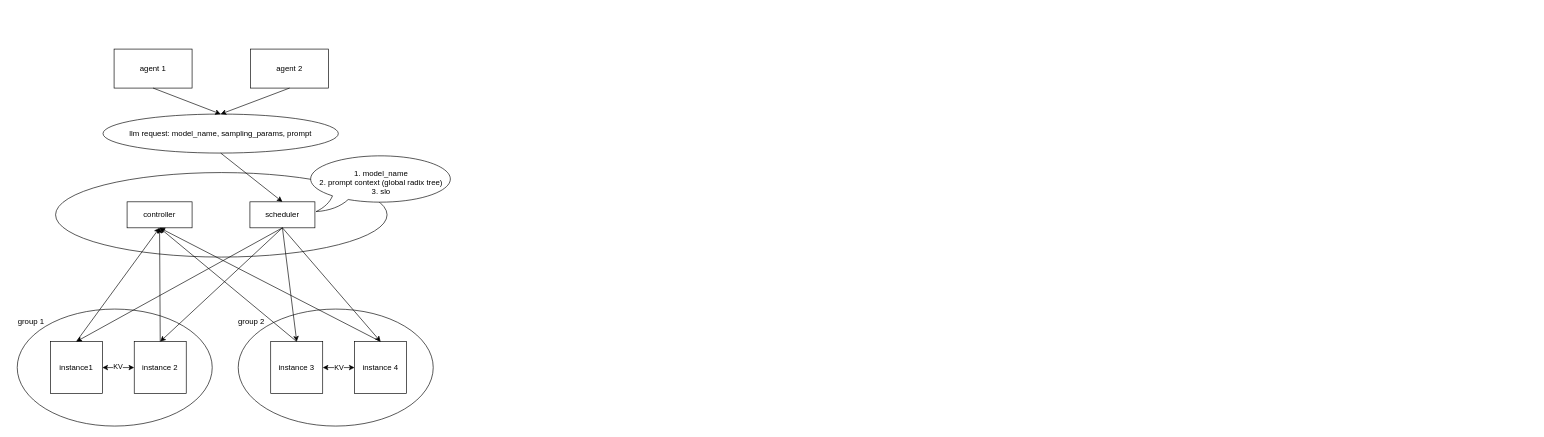
This is page "multi-agent-system" (3 of 3) of Drawio/multi-agent.drawio from Extious/UML, a draw.io file, before an edit. Source tidied: cells renumbered, new cells numbered last; positions are measured from the earlier drawing's top-left corner, leaving out a move shared by most shapes. Both pictures are drawn from the tidied source at 65%, with x=0, y=0 at pixel (11, 49).
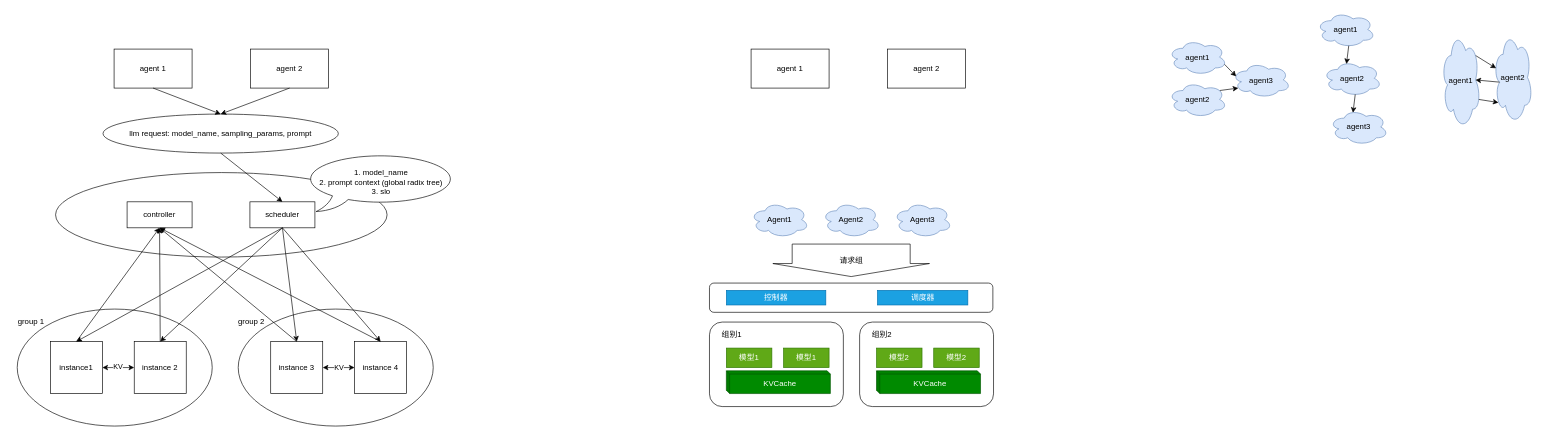
The same page after the edit.

Diff of the diagram source:
```diff
@@
+    <mxCell id="32" style="rounded=1;whiteSpace=wrap;html=1;" parent="1" vertex="1">
+      <mxGeometry x="1074" y="360" width="436" height="45" as="geometry" />
+    </mxCell>
+    <mxCell id="33" style="rounded=1;whiteSpace=wrap;html=1;" parent="1" vertex="1">
+      <mxGeometry x="1074" y="420" width="206" height="130" as="geometry" />
+    </mxCell>
@@
+    <mxCell id="34" value="agent 1" style="rounded=0;whiteSpace=wrap;html=1;" parent="1" vertex="1">
+      <mxGeometry x="1138" width="120" height="60" as="geometry" />
+    </mxCell>
+    <mxCell id="35" value="agent 2" style="rounded=0;whiteSpace=wrap;html=1;" parent="1" vertex="1">
+      <mxGeometry x="1348" width="120" height="60" as="geometry" />
+    </mxCell>
+    <mxCell id="36" value="控制器" style="rounded=0;whiteSpace=wrap;html=1;fillColor=#1ba1e2;fontColor=#ffffff;strokeColor=#006EAF;" parent="1" vertex="1">
+      <mxGeometry x="1100" y="371.2" width="153" height="22.5" as="geometry" />
+    </mxCell>
+    <mxCell id="37" value="调度器" style="rounded=0;whiteSpace=wrap;html=1;fillColor=#1ba1e2;fontColor=#ffffff;strokeColor=#006EAF;" parent="1" vertex="1">
+      <mxGeometry x="1332.5" y="371.2" width="139" height="22.5" as="geometry" />
+    </mxCell>
+    <mxCell id="38" value="模型1" style="rounded=0;whiteSpace=wrap;html=1;fillColor=#60a917;fontColor=#ffffff;strokeColor=#2D7600;" parent="1" vertex="1">
+      <mxGeometry x="1100" y="460" width="70" height="30" as="geometry" />
+    </mxCell>
+    <mxCell id="39" value="模型1" style="rounded=0;whiteSpace=wrap;html=1;fillColor=#60a917;fontColor=#ffffff;strokeColor=#2D7600;" parent="1" vertex="1">
+      <mxGeometry x="1188" y="460" width="70" height="30" as="geometry" />
+    </mxCell>
+    <mxCell id="40" value="KVCache" style="shape=cube;whiteSpace=wrap;html=1;boundedLbl=1;backgroundOutline=1;darkOpacity=0.05;darkOpacity2=0.1;size=5;fillColor=#008a00;fontColor=#ffffff;strokeColor=#005700;" parent="1" vertex="1">
+      <mxGeometry x="1100" y="495" width="160" height="35" as="geometry" />
+    </mxCell>
+    <mxCell id="41" value="组别1" style="text;html=1;align=center;verticalAlign=middle;strokeColor=none;fillColor=none;" parent="1" vertex="1">
+      <mxGeometry x="1083" y="425" width="50" height="30" as="geometry" />
+    </mxCell>
+    <mxCell id="42" style="rounded=1;whiteSpace=wrap;html=1;" parent="1" vertex="1">
+      <mxGeometry x="1305" y="420" width="206" height="130" as="geometry" />
+    </mxCell>
+    <mxCell id="43" value="模型2" style="rounded=0;whiteSpace=wrap;html=1;fillColor=#60a917;fontColor=#ffffff;strokeColor=#2D7600;" parent="1" vertex="1">
+      <mxGeometry x="1331" y="460" width="70" height="30" as="geometry" />
+    </mxCell>
+    <mxCell id="44" value="模型2" style="rounded=0;whiteSpace=wrap;html=1;fillColor=#60a917;fontColor=#ffffff;strokeColor=#2D7600;" parent="1" vertex="1">
+      <mxGeometry x="1419" y="460" width="70" height="30" as="geometry" />
+    </mxCell>
+    <mxCell id="45" value="KVCache" style="shape=cube;whiteSpace=wrap;html=1;boundedLbl=1;backgroundOutline=1;darkOpacity=0.05;darkOpacity2=0.1;size=5;fillColor=#008a00;fontColor=#ffffff;strokeColor=#005700;" parent="1" vertex="1">
+      <mxGeometry x="1331" y="495" width="160" height="35" as="geometry" />
+    </mxCell>
+    <mxCell id="46" value="组别2" style="text;html=1;align=center;verticalAlign=middle;strokeColor=none;fillColor=none;" parent="1" vertex="1">
+      <mxGeometry x="1314" y="425" width="50" height="30" as="geometry" />
+    </mxCell>
+    <mxCell id="47" value="Agent1" style="ellipse;shape=cloud;whiteSpace=wrap;html=1;fillColor=#dae8fc;strokeColor=#6c8ebf;" parent="1" vertex="1">
+      <mxGeometry x="1137" y="235" width="90" height="55" as="geometry" />
+    </mxCell>
+    <mxCell id="48" value="Agent&lt;span style=&quot;background-color: transparent;&quot;&gt;2&lt;/span&gt;" style="ellipse;shape=cloud;whiteSpace=wrap;html=1;fillColor=#dae8fc;strokeColor=#6c8ebf;" parent="1" vertex="1">
+      <mxGeometry x="1247" y="235" width="90" height="55" as="geometry" />
+    </mxCell>
+    <mxCell id="49" value="Agent3" style="ellipse;shape=cloud;whiteSpace=wrap;html=1;fillColor=#dae8fc;strokeColor=#6c8ebf;" parent="1" vertex="1">
+      <mxGeometry x="1357" y="235" width="90" height="55" as="geometry" />
+    </mxCell>
+    <mxCell id="50" value="请求组" style="shape=singleArrow;direction=south;whiteSpace=wrap;html=1;arrowWidth=0.7532480215097415;arrowSize=0.40119040352957713;" parent="1" vertex="1">
+      <mxGeometry x="1171.5" y="300" width="241" height="50" as="geometry" />
+    </mxCell>
+    <mxCell id="51" value="agent1" style="ellipse;shape=cloud;whiteSpace=wrap;html=1;fillColor=#dae8fc;strokeColor=#6c8ebf;" parent="1" vertex="1">
+      <mxGeometry x="1780" y="-15" width="90" height="55" as="geometry" />
+    </mxCell>
+    <mxCell id="52" value="agent2" style="ellipse;shape=cloud;whiteSpace=wrap;html=1;fillColor=#dae8fc;strokeColor=#6c8ebf;" parent="1" vertex="1">
+      <mxGeometry x="1780" y="50" width="90" height="55" as="geometry" />
+    </mxCell>
+    <mxCell id="53" value="agent3" style="ellipse;shape=cloud;whiteSpace=wrap;html=1;fillColor=#dae8fc;strokeColor=#6c8ebf;" parent="1" vertex="1">
+      <mxGeometry x="1878" y="20" width="90" height="55" as="geometry" />
+    </mxCell>
+    <mxCell id="54" style="edgeStyle=none;html=1;exitX=0.96;exitY=0.7;exitDx=0;exitDy=0;exitPerimeter=0;entryX=0.07;entryY=0.4;entryDx=0;entryDy=0;entryPerimeter=0;" parent="1" edge="1" source="51" target="53">
+      <mxGeometry relative="1" as="geometry" />
+    </mxCell>
+    <mxCell id="55" style="edgeStyle=none;html=1;exitX=0.88;exitY=0.25;exitDx=0;exitDy=0;exitPerimeter=0;entryX=0.107;entryY=0.727;entryDx=0;entryDy=0;entryPerimeter=0;" parent="1" edge="1" source="52" target="53">
+      <mxGeometry relative="1" as="geometry" />
+    </mxCell>
+    <mxCell id="56" value="agent1" style="ellipse;shape=cloud;whiteSpace=wrap;html=1;fillColor=#dae8fc;strokeColor=#6c8ebf;" parent="1" vertex="1">
+      <mxGeometry x="2008" y="-57.5" width="90" height="55" as="geometry" />
+    </mxCell>
+    <mxCell id="57" value="agent2" style="ellipse;shape=cloud;whiteSpace=wrap;html=1;fillColor=#dae8fc;strokeColor=#6c8ebf;" parent="1" vertex="1">
+      <mxGeometry x="2018" y="17.5" width="90" height="55" as="geometry" />
+    </mxCell>
+    <mxCell id="58" value="agent3" style="ellipse;shape=cloud;whiteSpace=wrap;html=1;fillColor=#dae8fc;strokeColor=#6c8ebf;" parent="1" vertex="1">
+      <mxGeometry x="2028" y="92.5" width="90" height="55" as="geometry" />
+    </mxCell>
+    <mxCell id="59" style="edgeStyle=none;html=1;exitX=0.55;exitY=0.95;exitDx=0;exitDy=0;exitPerimeter=0;entryX=0.4;entryY=0.1;entryDx=0;entryDy=0;entryPerimeter=0;" parent="1" edge="1" source="56" target="57">
+      <mxGeometry relative="1" as="geometry" />
+    </mxCell>
+    <mxCell id="60" style="edgeStyle=none;html=1;exitX=0.55;exitY=0.95;exitDx=0;exitDy=0;exitPerimeter=0;entryX=0.4;entryY=0.1;entryDx=0;entryDy=0;entryPerimeter=0;" parent="1" edge="1" source="57" target="58">
+      <mxGeometry relative="1" as="geometry" />
+    </mxCell>
+    <mxCell id="61" value="agent1" style="ellipse;shape=cloud;whiteSpace=wrap;html=1;fillColor=#dae8fc;strokeColor=#6c8ebf;" parent="1" vertex="1">
+      <mxGeometry x="2200" y="-27.5" width="60" height="150" as="geometry" />
+    </mxCell>
+    <mxCell id="62" value="agent2" style="ellipse;shape=cloud;whiteSpace=wrap;html=1;fillColor=#dae8fc;strokeColor=#6c8ebf;" parent="1" vertex="1">
+      <mxGeometry x="2280" y="-27.5" width="60" height="142.5" as="geometry" />
+    </mxCell>
+    <mxCell id="63" style="edgeStyle=none;html=1;exitX=0.88;exitY=0.25;exitDx=0;exitDy=0;exitPerimeter=0;entryX=0.07;entryY=0.4;entryDx=0;entryDy=0;entryPerimeter=0;" parent="1" edge="1" source="61" target="62">
+      <mxGeometry relative="1" as="geometry" />
+    </mxCell>
+    <mxCell id="64" style="edgeStyle=none;html=1;exitX=0.16;exitY=0.55;exitDx=0;exitDy=0;exitPerimeter=0;entryX=0.875;entryY=0.5;entryDx=0;entryDy=0;entryPerimeter=0;" parent="1" edge="1" source="62" target="61">
+      <mxGeometry relative="1" as="geometry" />
+    </mxCell>
+    <mxCell id="65" style="edgeStyle=none;html=1;exitX=0.96;exitY=0.7;exitDx=0;exitDy=0;exitPerimeter=0;entryX=0.13;entryY=0.77;entryDx=0;entryDy=0;entryPerimeter=0;" parent="1" edge="1" source="61" target="62">
+      <mxGeometry relative="1" as="geometry" />
+    </mxCell>
```
